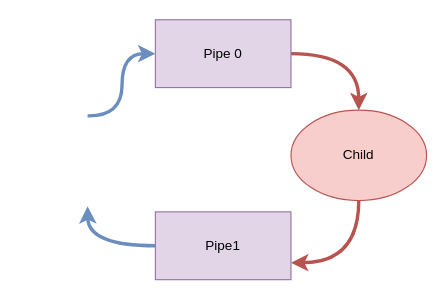
Earlier version of the draw.io diagram pipe for two way.drawio (estraining/diagram-store). Source tidied: cells renumbered, new cells numbered last; positions are measured from the earlier drawing's top-left corner, leaving out a move shared by most shapes. Both pictures are drawn from the tidied source at 113%, with x=0, y=0 at pixel (87, 19).
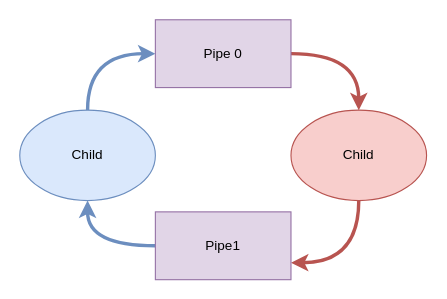
The same diagram, later.

What changed in the source:
```diff
@@
 <mxGraphModel>
   <root>
     <mxCell id="0" />
     <mxCell id="1" parent="0" />
-    <mxCell id="2" style="edgeStyle=orthogonalEdgeStyle;rounded=0;jettySize=auto;html=1;entryX=0;entryY=0.5;entryDx=0;entryDy=0;strokeWidth=3;curved=1;fillColor=#dae8fc;strokeColor=#6c8ebf;" parent="1" edge="1" target="6">
-      <mxGeometry relative="1" as="geometry">
-        <mxPoint y="85" as="sourcePoint" />
-      </mxGeometry>
+    <mxCell id="2" style="edgeStyle=orthogonalEdgeStyle;rounded=0;jettySize=auto;html=1;entryX=0;entryY=0.5;entryDx=0;entryDy=0;strokeWidth=3;curved=1;fillColor=#dae8fc;strokeColor=#6c8ebf;exitX=0.5;exitY=0;exitDx=0;exitDy=0;" parent="1" edge="1" source="9" target="6">
+      <mxGeometry relative="1" as="geometry" />
     </mxCell>
     <mxCell id="3" style="edgeStyle=orthogonalEdgeStyle;curved=1;rounded=0;jettySize=auto;html=1;entryX=1;entryY=0.75;entryDx=0;entryDy=0;strokeWidth=3;fillColor=#f8cecc;strokeColor=#b85450;" parent="1" edge="1" source="4" target="8">
       <mxGeometry relative="1" as="geometry" />
     </mxCell>
     <mxCell id="4" value="Child" style="ellipse;whiteSpace=wrap;html=1;fillColor=#f8cecc;strokeColor=#b85450;" parent="1" vertex="1">
       <mxGeometry x="180" y="80" width="120" height="80" as="geometry" />
     </mxCell>
     <mxCell id="5" style="edgeStyle=orthogonalEdgeStyle;curved=1;rounded=0;jettySize=auto;html=1;entryX=0.5;entryY=0;entryDx=0;entryDy=0;strokeWidth=3;exitX=1;exitY=0.5;exitDx=0;exitDy=0;fillColor=#f8cecc;strokeColor=#b85450;" parent="1" edge="1" source="6" target="4">
       <mxGeometry relative="1" as="geometry" />
     </mxCell>
     <mxCell id="6" value="Pipe 0" style="rounded=0;whiteSpace=wrap;html=1;fillColor=#e1d5e7;strokeColor=#9673a6;" parent="1" vertex="1">
       <mxGeometry x="60" width="120" height="60" as="geometry" />
     </mxCell>
-    <mxCell id="7" style="edgeStyle=orthogonalEdgeStyle;curved=1;rounded=0;jettySize=auto;html=1;strokeWidth=3;exitX=0;exitY=0.5;exitDx=0;exitDy=0;fillColor=#dae8fc;strokeColor=#6c8ebf;" parent="1" edge="1" source="8">
-      <mxGeometry relative="1" as="geometry">
-        <mxPoint y="165" as="targetPoint" />
-      </mxGeometry>
+    <mxCell id="7" style="edgeStyle=orthogonalEdgeStyle;curved=1;rounded=0;jettySize=auto;html=1;strokeWidth=3;exitX=0;exitY=0.5;exitDx=0;exitDy=0;fillColor=#dae8fc;strokeColor=#6c8ebf;entryX=0.5;entryY=1;entryDx=0;entryDy=0;" parent="1" edge="1" source="8" target="9">
+      <mxGeometry relative="1" as="geometry" />
     </mxCell>
     <mxCell id="8" value="Pipe1" style="rounded=0;whiteSpace=wrap;html=1;fillColor=#e1d5e7;strokeColor=#9673a6;" parent="1" vertex="1">
       <mxGeometry x="60" y="170" width="120" height="60" as="geometry" />
     </mxCell>
+    <mxCell id="9" value="Child" style="ellipse;whiteSpace=wrap;html=1;fillColor=#dae8fc;strokeColor=#6c8ebf;" parent="1" vertex="1">
+      <mxGeometry x="-60" y="80" width="120" height="80" as="geometry" />
+    </mxCell>
   </root>
 </mxGraphModel>
```
